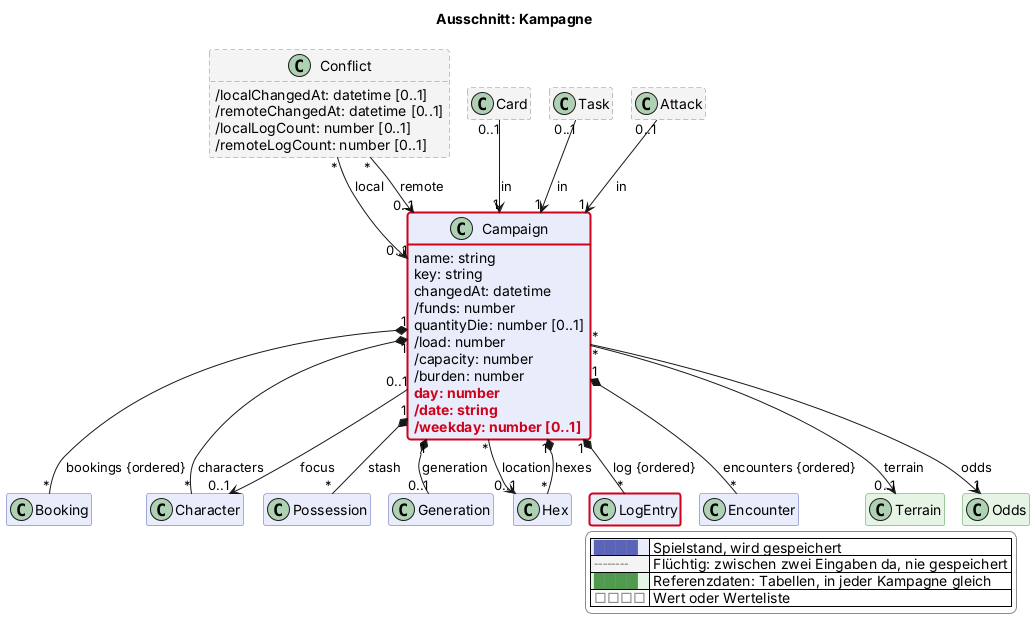
scuzzar/SRE keeps this PlantUML diagram as docs/views/kampagne.png. Above is the earlier version.
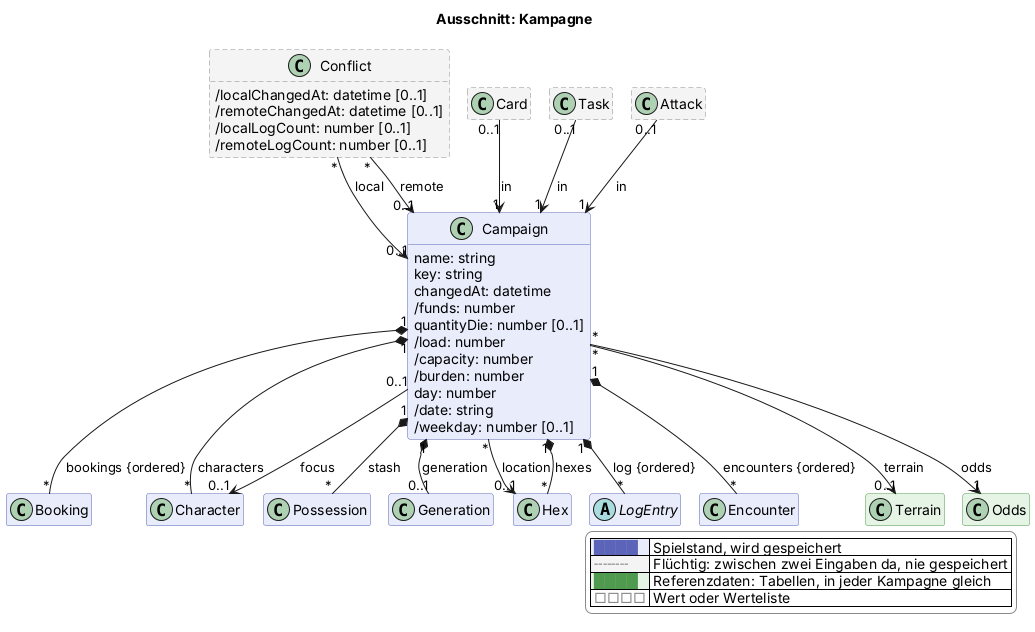
After the change.

Diff of the diagram source:
```diff
@@ -75,9 +75,9 @@
     /load: number
     /capacity: number
     /burden: number
-    $new("2026-11-13d", "day: number")
-    $new("2026-11-13d", "/date: string")
-    $new("2026-11-13d", "/weekday: number [0..1]")
+    day: number
+    /date: string
+    /weekday: number [0..1]
   }
   class Booking $shop
   class Character $charakter
@@ -139,6 +139,4 @@
   |<#e6f4e6> <color:#4f9a4f>████</color> | Referenzdaten: Tabellen, in jeder Kampagne gleich |
   |<#ffffff> <color:#8a8a8a>□□□□</color> | Wert oder Werteliste |
 endlegend
-class Campaign #line:d0021b;line.bold
-class LogEntry #line:d0021b;line.bold
 @enduml
```
